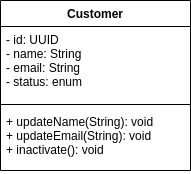
Above: documentation/domain-class-diagram.drawio.png in mourao666/luizalabs-favorite-products (draw.io), before the change. Source tidied: cells renumbered, new cells last; positions are measured from the earlier drawing's top-left corner, leaving out a move shared by most shapes. Its diagram source:
```xml
<mxGraphModel>
  <root>
    <mxCell id="0" />
    <mxCell id="1" parent="0" />
    <mxCell id="2" value="Customer" style="swimlane;fontStyle=1;align=center;verticalAlign=top;horizontal=1;startSize=26;hachureGap=4;" parent="1" vertex="1">
      <mxGeometry width="190" height="170" as="geometry" />
    </mxCell>
    <mxCell id="3" value="- id: UUID&#10;- name: String&#10;- email: String&#10;- status: enum" style="text;strokeColor=none;fillColor=none;align=left;verticalAlign=top;spacingLeft=4;spacingRight=4;overflow=hidden;" parent="2" vertex="1">
      <mxGeometry y="26" width="190" height="74" as="geometry" />
    </mxCell>
    <mxCell id="4" style="line;strokeWidth=1;fillColor=none;align=left;verticalAlign=middle;spacingTop=-1;spacingLeft=3;spacingRight=3;labelPosition=right;" parent="2" vertex="1">
      <mxGeometry y="100" width="190" height="8" as="geometry" />
    </mxCell>
    <mxCell id="5" value="+ updateName(String): void&#10;+ updateEmail(String): void&#10;+ inactivate(): void" style="text;strokeColor=none;fillColor=none;align=left;verticalAlign=top;spacingLeft=4;spacingRight=4;overflow=hidden;" parent="2" vertex="1">
      <mxGeometry y="108" width="190" height="62" as="geometry" />
    </mxCell>
  </root>
</mxGraphModel>
```
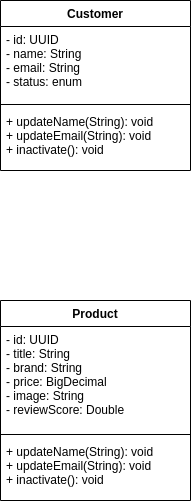
The same diagram one commit later.

Commit message:
Adding product domain

Diff of the diagram source:
```diff
@@ -14,5 +14,17 @@
     <mxCell id="5" value="+ updateName(String): void&#10;+ updateEmail(String): void&#10;+ inactivate(): void" style="text;strokeColor=none;fillColor=none;align=left;verticalAlign=top;spacingLeft=4;spacingRight=4;overflow=hidden;" parent="2" vertex="1">
       <mxGeometry y="108" width="190" height="62" as="geometry" />
     </mxCell>
+    <mxCell id="6" value="Product" style="swimlane;fontStyle=1;align=center;verticalAlign=top;horizontal=1;startSize=26;hachureGap=4;" parent="1" vertex="1">
+      <mxGeometry y="300" width="190" height="200" as="geometry" />
+    </mxCell>
+    <mxCell id="7" value="- id: UUID&#10;- title: String&#10;- brand: String&#10;- price: BigDecimal&#10;- image: String&#10;- reviewScore: Double" style="text;strokeColor=none;fillColor=none;align=left;verticalAlign=top;spacingLeft=4;spacingRight=4;overflow=hidden;" parent="6" vertex="1">
+      <mxGeometry y="26" width="190" height="104" as="geometry" />
+    </mxCell>
+    <mxCell id="8" style="line;strokeWidth=1;fillColor=none;align=left;verticalAlign=middle;spacingTop=-1;spacingLeft=3;spacingRight=3;labelPosition=right;" parent="6" vertex="1">
+      <mxGeometry y="130" width="190" height="8" as="geometry" />
+    </mxCell>
+    <mxCell id="9" value="+ updateName(String): void&#10;+ updateEmail(String): void&#10;+ inactivate(): void" style="text;strokeColor=none;fillColor=none;align=left;verticalAlign=top;spacingLeft=4;spacingRight=4;overflow=hidden;" parent="6" vertex="1">
+      <mxGeometry y="138" width="190" height="62" as="geometry" />
+    </mxCell>
   </root>
 </mxGraphModel>
```
